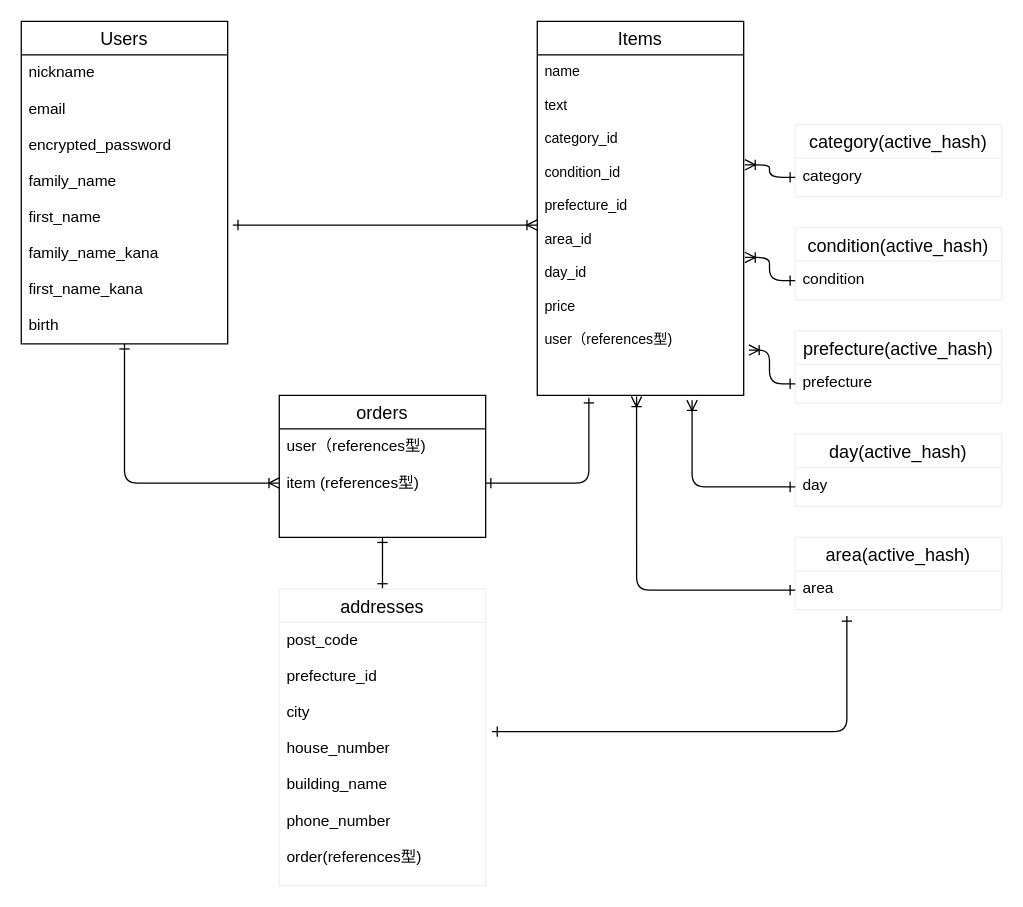
MayumiT/furima-33052 keeps this draw.io diagram as furima.dio. Above is the earlier version. Source tidied: cells renumbered, new cells numbered last; positions are measured from the earlier drawing's top-left corner, leaving out a move shared by most shapes. Both pictures are drawn from the tidied source at 129%, with x=0, y=0 at pixel (21, 21).
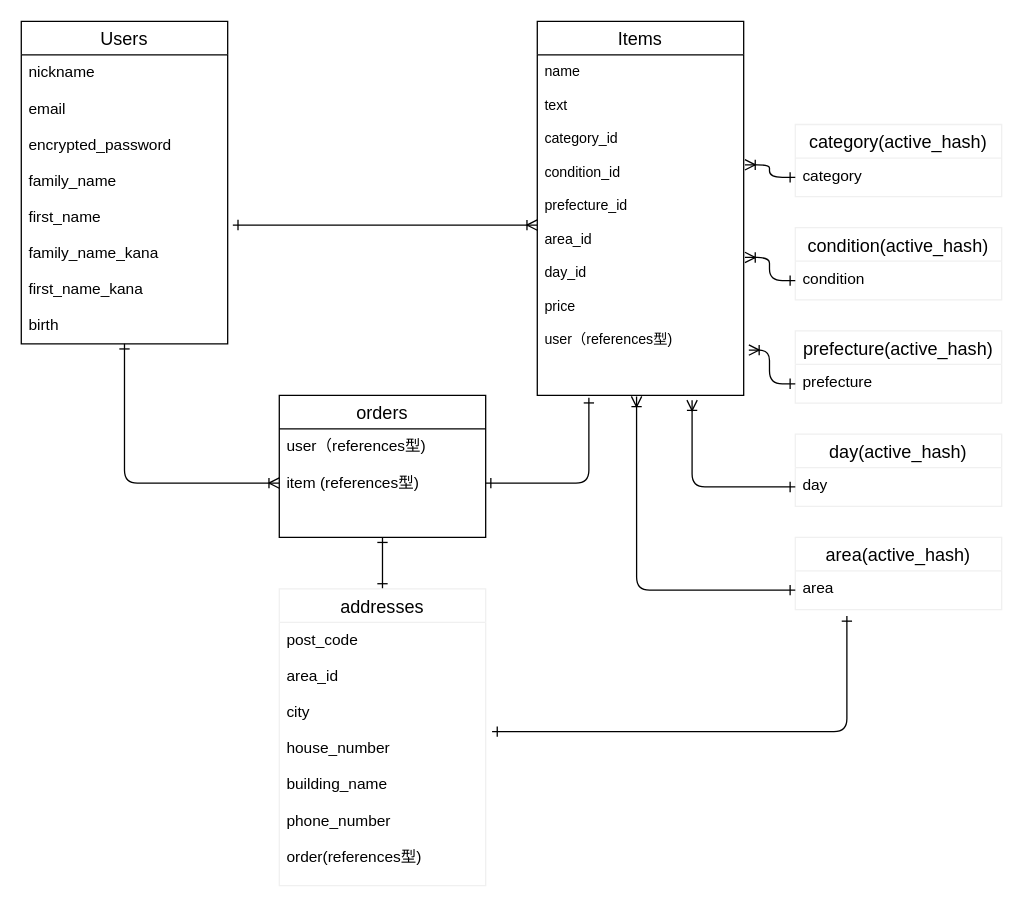
Above is the later version.

Commit message (it also covers changes not shown here):
修正（ordersコントローラー・モデル（address/area）・orders/index・ER図）

The change refers to these unchanged cells:
```xml
<mxCell id="11" value="addresses" style="swimlane;fontStyle=0;horizontal=1;startSize=26;align=center;fontSize=14;strokeColor=#f0f0f0;" parent="1" vertex="1">
  <mxGeometry x="200" y="440" width="160" height="230" as="geometry" />
</mxCell>
```

What changed in the source:
```diff
@@
-    <mxCell id="12" value="post_code&#10;&#10;prefecture_id&#10;&#10;city&#10;&#10;house_number&#10;&#10;building_name&#10;&#10;phone_number&#10;&#10;order(references型)&#10;&#10;&#10;&#10;&#10;" style="text;strokeColor=none;fillColor=none;spacingLeft=4;spacingRight=4;overflow=hidden;points=[[0,0.5],[1,0.5]];portConstraint=eastwest;fontSize=12;" parent="11" vertex="1">
+    <mxCell id="12" value="post_code&#10;&#10;area_id&#10;&#10;city&#10;&#10;house_number&#10;&#10;building_name&#10;&#10;phone_number&#10;&#10;order(references型)&#10;&#10;&#10;&#10;&#10;" style="text;strokeColor=none;fillColor=none;spacingLeft=4;spacingRight=4;overflow=hidden;points=[[0,0.5],[1,0.5]];portConstraint=eastwest;fontSize=12;" parent="11" vertex="1">
       <mxGeometry y="26" width="160" height="204" as="geometry" />
     </mxCell>
```
